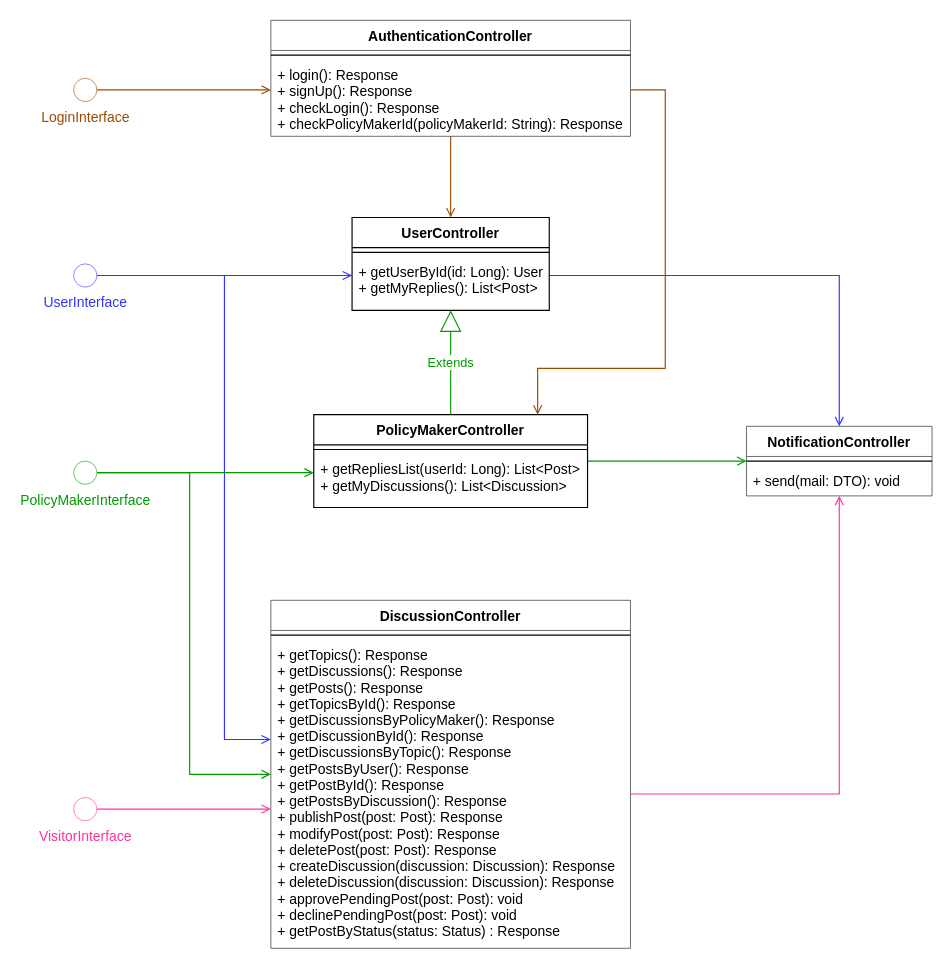
Above: page "ComponentInterfaces" (1 of 2) of DD Diagrams/ComponentInterfaces.drawio in matteovisotto/SE2-CecchettoSirianiVisotto (draw.io), before the change. Source tidied: cells renumbered, new cells numbered last; positions are measured from the earlier drawing's top-left corner, leaving out a move shared by most shapes. Both pictures are drawn from the tidied source at 116%, with x=0, y=0 at pixel (73, 20).
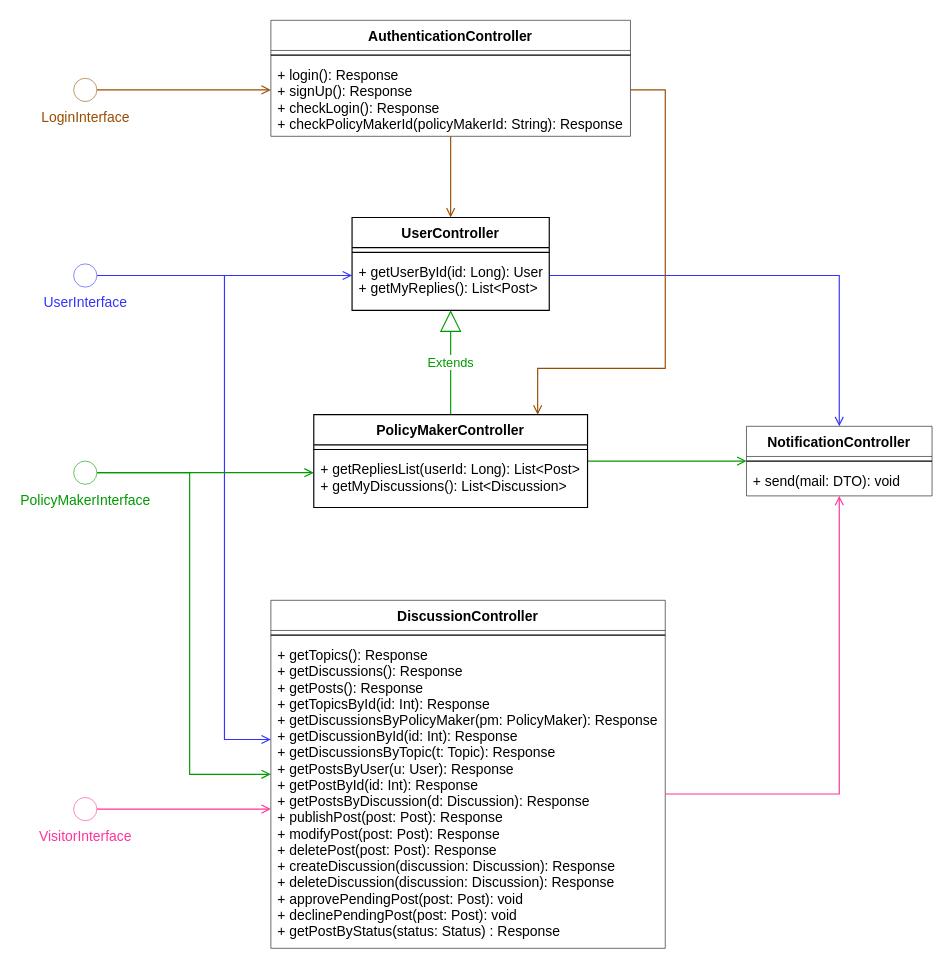
The same diagram, later.

Diff of the diagram source:
```diff
@@
     <mxCell id="16" value="DiscussionController" style="swimlane;fontStyle=1;align=center;verticalAlign=top;horizontal=1;startSize=26;strokeWidth=0.5;" parent="1" vertex="1">
-      <mxGeometry x="170" y="500" width="310" height="300" as="geometry" />
+      <mxGeometry x="170" y="500" width="340" height="300" as="geometry" />
     </mxCell>
     <mxCell id="17" style="line;strokeWidth=1;fillColor=none;align=left;verticalAlign=middle;spacingTop=-1;spacingLeft=3;spacingRight=3;labelPosition=right;" parent="16" vertex="1">
-      <mxGeometry y="26" width="310" height="8" as="geometry" />
+      <mxGeometry y="26" width="340" height="8" as="geometry" />
     </mxCell>
-    <mxCell id="18" value="+ getTopics(): Response&#10;+ getDiscussions(): Response&#10;+ getPosts(): Response&#10;+ getTopicsById(): Response&#10;+ getDiscussionsByPolicyMaker(): Response&#10;+ getDiscussionById(): Response&#10;+ getDiscussionsByTopic(): Response&#10;+ getPostsByUser(): Response&#10;+ getPostById(): Response&#10;+ getPostsByDiscussion(): Response&#10;+ publishPost(post: Post): Response&#10;+ modifyPost(post: Post): Response&#10;+ deletePost(post: Post): Response&#10;+ createDiscussion(discussion: Discussion): Response&#10;+ deleteDiscussion(discussion: Discussion): Response&#10;+ approvePendingPost(post: Post): void&#10;+ declinePendingPost(post: Post): void&#10;+ getPostByStatus(status: Status) : Response" style="text;strokeColor=none;fillColor=none;align=left;verticalAlign=top;spacingLeft=4;spacingRight=4;overflow=hidden;points=[[0,0.5],[1,0.5]];portConstraint=eastwest;" parent="16" vertex="1">
-      <mxGeometry y="34" width="310" height="266" as="geometry" />
+    <mxCell id="18" value="+ getTopics(): Response&#10;+ getDiscussions(): Response&#10;+ getPosts(): Response&#10;+ getTopicsById(id: Int): Response&#10;+ getDiscussionsByPolicyMaker(pm: PolicyMaker): Response&#10;+ getDiscussionById(id: Int): Response&#10;+ getDiscussionsByTopic(t: Topic): Response&#10;+ getPostsByUser(u: User): Response&#10;+ getPostById(id: Int): Response&#10;+ getPostsByDiscussion(d: Discussion): Response&#10;+ publishPost(post: Post): Response&#10;+ modifyPost(post: Post): Response&#10;+ deletePost(post: Post): Response&#10;+ createDiscussion(discussion: Discussion): Response&#10;+ deleteDiscussion(discussion: Discussion): Response&#10;+ approvePendingPost(post: Post): void&#10;+ declinePendingPost(post: Post): void&#10;+ getPostByStatus(status: Status) : Response" style="text;strokeColor=none;fillColor=none;align=left;verticalAlign=top;spacingLeft=4;spacingRight=4;overflow=hidden;points=[[0,0.5],[1,0.5]];portConstraint=eastwest;" parent="16" vertex="1">
+      <mxGeometry y="34" width="340" height="266" as="geometry" />
     </mxCell>
```
